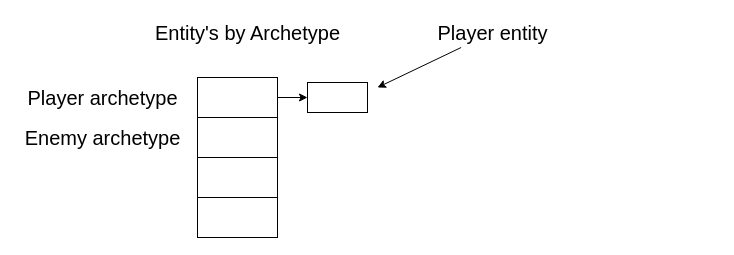
The draw.io diagram page "Page-2" (2 of 2) of ECS/ECS_Components_Naive.drawio in PaperPrototype/flowchart-diagrams, before the edit. Source tidied: cells renumbered, new cells numbered last; positions are measured from the earlier drawing's top-left corner, leaving out a move shared by most shapes. Both pictures are drawn from the tidied source at 100%, with x=0, y=0 at pixel (17, 17).
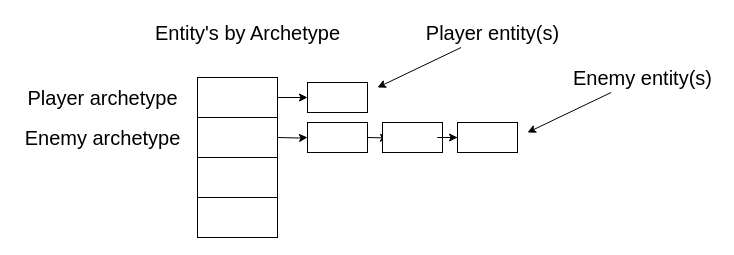
Above is the later version.

Change to the diagram source:
```diff
@@
-    <mxCell id="11" value="Player entity" style="text;html=1;align=center;verticalAlign=middle;points=[];fillColor=none;strokeColor=none;rounded=0;fontSize=20;" parent="1" vertex="1">
-      <mxGeometry x="410" width="130" height="30" as="geometry" />
+    <mxCell id="11" value="Player entity(s)" style="text;html=1;align=center;verticalAlign=middle;points=[];fillColor=none;strokeColor=none;rounded=0;fontSize=20;" parent="1" vertex="1">
+      <mxGeometry x="400" width="150" height="30" as="geometry" />
     </mxCell>
@@
+    <mxCell id="13" style="edgeStyle=orthogonalEdgeStyle;rounded=0;jettySize=auto;html=1;fontSize=20;" parent="1" edge="1" target="14">
+      <mxGeometry relative="1" as="geometry">
+        <mxPoint x="260" y="120" as="sourcePoint" />
+      </mxGeometry>
+    </mxCell>
+    <mxCell id="14" style="rounded=0;whiteSpace=wrap;html=1;fontSize=20;" parent="1" vertex="1">
+      <mxGeometry x="290" y="105" width="60" height="30" as="geometry" />
+    </mxCell>
+    <mxCell id="15" style="edgeStyle=orthogonalEdgeStyle;rounded=0;jettySize=auto;html=1;fontSize=20;" parent="1" edge="1" target="16">
+      <mxGeometry relative="1" as="geometry">
+        <mxPoint x="350" y="120" as="sourcePoint" />
+      </mxGeometry>
+    </mxCell>
+    <mxCell id="16" style="rounded=0;whiteSpace=wrap;html=1;fontSize=20;" parent="1" vertex="1">
+      <mxGeometry x="365" y="105" width="60" height="30" as="geometry" />
+    </mxCell>
+    <mxCell id="17" style="edgeStyle=orthogonalEdgeStyle;rounded=0;jettySize=auto;html=1;fontSize=20;exitX=1;exitY=0.5;exitDx=0;exitDy=0;" parent="1" edge="1" source="16" target="18">
+      <mxGeometry relative="1" as="geometry" />
+    </mxCell>
+    <mxCell id="18" style="rounded=0;whiteSpace=wrap;html=1;fontSize=20;" parent="1" vertex="1">
+      <mxGeometry x="440" y="105" width="60" height="30" as="geometry" />
+    </mxCell>
+    <mxCell id="19" value="Enemy&amp;nbsp;entity(s)" style="text;html=1;align=center;verticalAlign=middle;points=[];fillColor=none;strokeColor=none;rounded=0;fontSize=20;" parent="1" vertex="1">
+      <mxGeometry x="550" y="45" width="150" height="30" as="geometry" />
+    </mxCell>
+    <mxCell id="20" style="endArrow=classic;html=1;fontSize=20;" parent="1" edge="1" source="19">
+      <mxGeometry relative="1" as="geometry">
+        <mxPoint x="510" y="115" as="targetPoint" />
+      </mxGeometry>
+    </mxCell>
```
